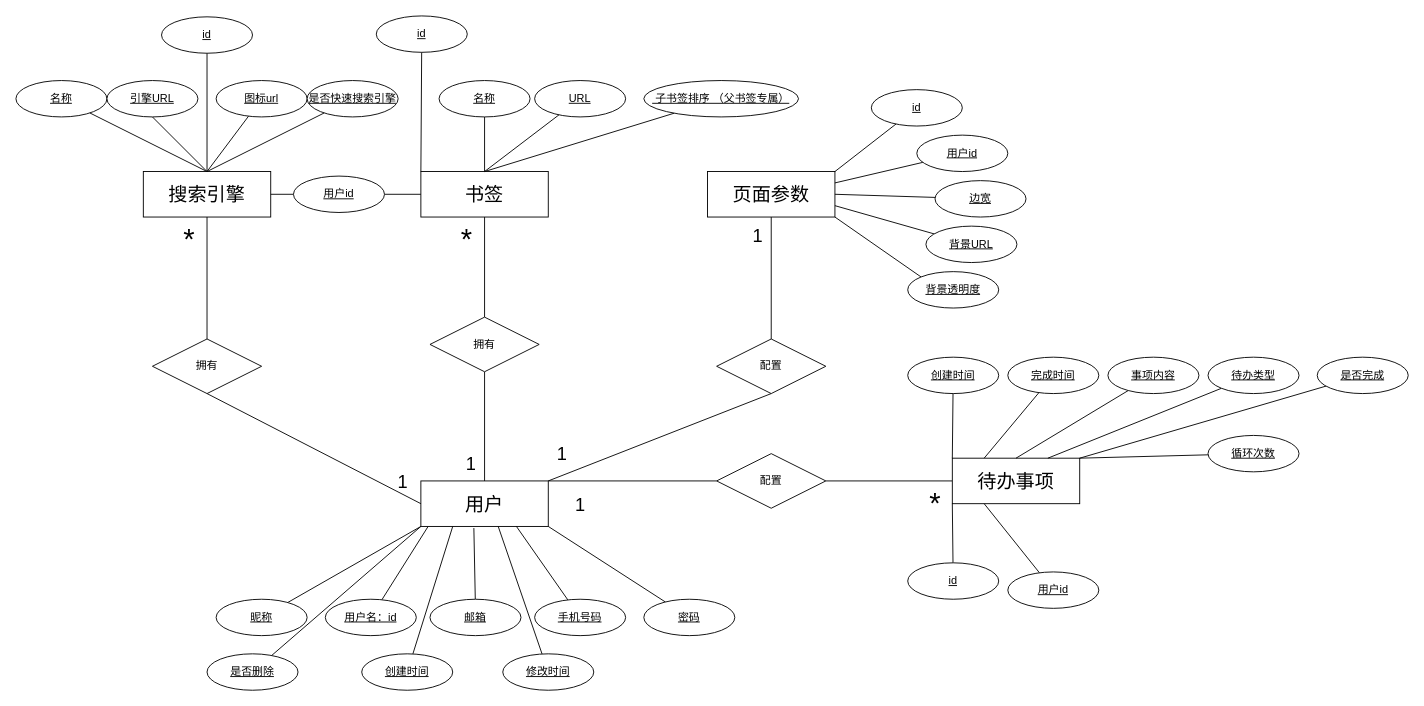
yc-2018/yc-page keeps this draw.io diagram as mypage数据库的设计图.drawio. Above is the earlier version. Source tidied: cells renumbered, new cells numbered last; positions are measured from the earlier drawing's top-left corner, leaving out a move shared by most shapes. Both pictures are drawn from the tidied source at 91%, with x=0, y=0 at pixel (15, 15).
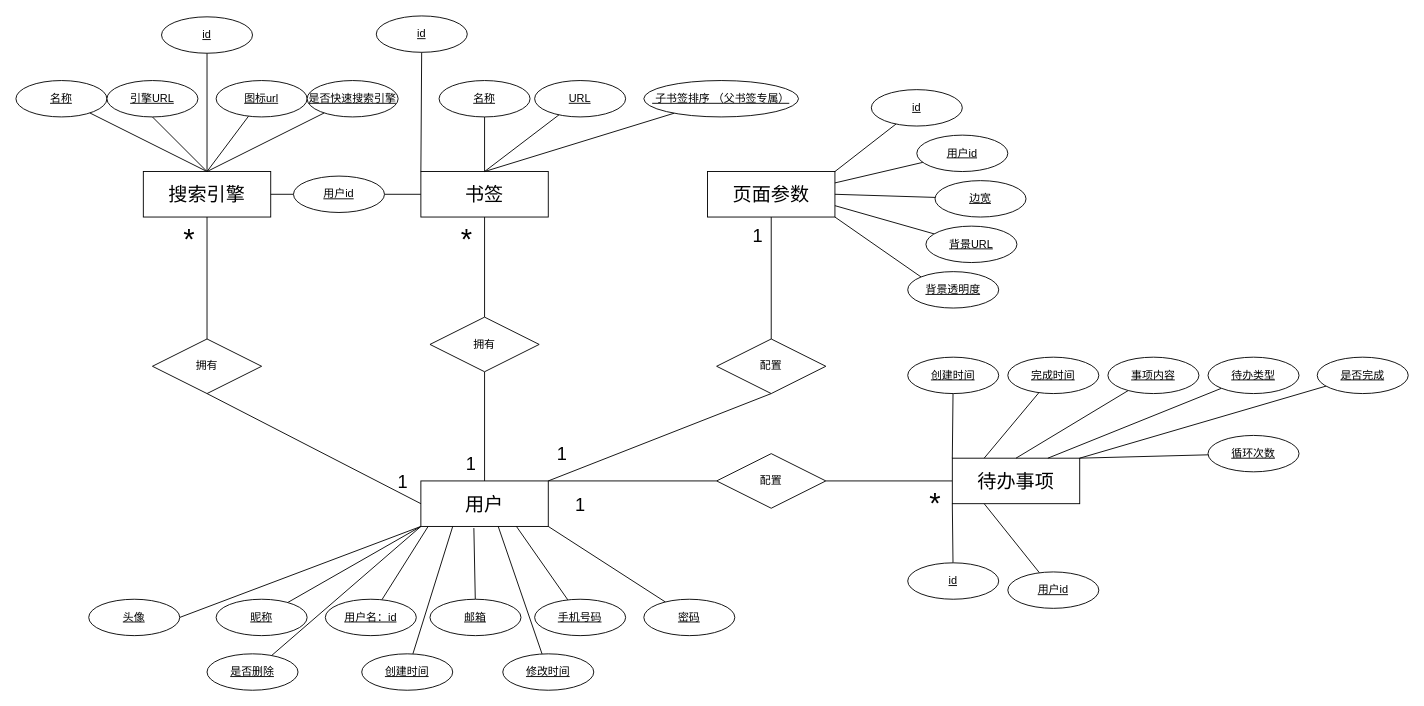
The same page after the edit.

Unchanged cells that the change refers to:
```xml
<mxCell id="7" value="&lt;span style=&quot;font-size: 21px;&quot;&gt;用户&lt;/span&gt;" style="whiteSpace=wrap;html=1;align=center;" parent="1" vertex="1">
  <mxGeometry x="445" y="511" width="140" height="50" as="geometry" />
</mxCell>
```

The edit, as a diff of the source:
```diff
@@
+    <mxCell id="90" style="rounded=0;jettySize=auto;html=1;exitX=0;exitY=1;exitDx=0;exitDy=0;entryX=1;entryY=0.5;entryDx=0;entryDy=0;endArrow=none;endFill=0;" parent="1" edge="1" source="7" target="91">
+      <mxGeometry relative="1" as="geometry" />
+    </mxCell>
@@
+    <mxCell id="91" value="头像" style="ellipse;whiteSpace=wrap;html=1;align=center;fontStyle=4;strokeColor=rgb(0, 0, 0);fontFamily=Helvetica;fontSize=12;fontColor=rgb(0, 0, 0);fillColor=rgb(255, 255, 255);" parent="1" vertex="1">
+      <mxGeometry x="80" y="641" width="100" height="40" as="geometry" />
+    </mxCell>
```
